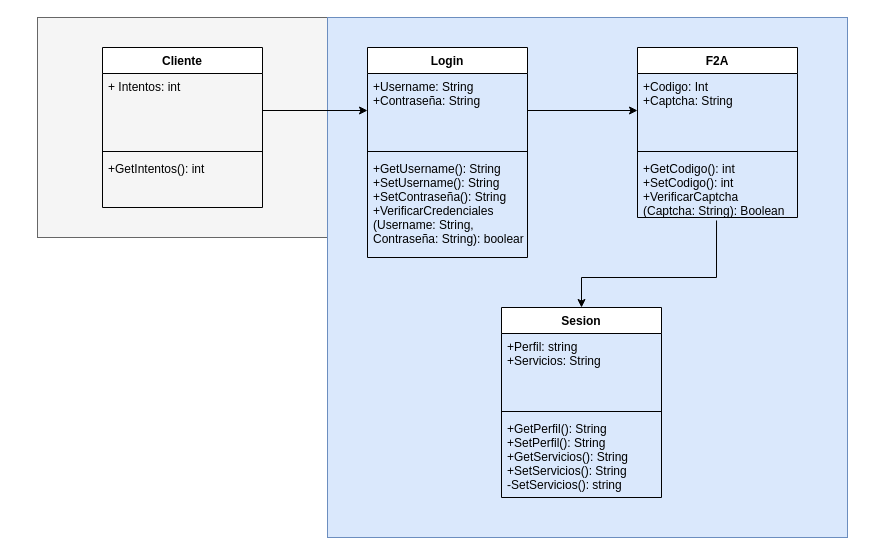
This is doc/DiagramaClaseF2A.drawio from agusbonii/IngenieriaTeorico1, a draw.io file, before an edit. Source tidied: cells renumbered, new cells numbered last; positions are measured from the earlier drawing's top-left corner, leaving out a move shared by most shapes. Both pictures are drawn from the tidied source at 100%, with x=0, y=0 at pixel (37, 17).
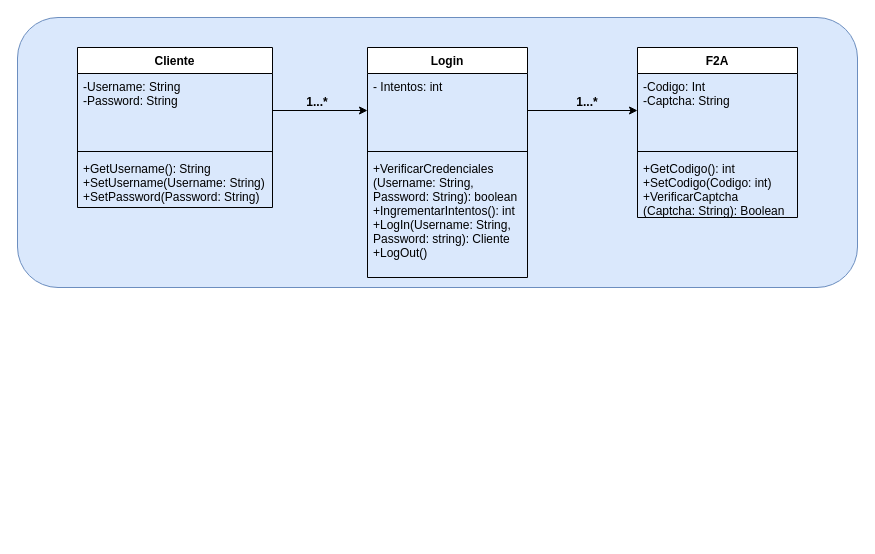
Above is the later version.

The change refers to these unchanged cells:
```xml
<mxCell id="12" value="F2A" style="swimlane;fontStyle=1;align=center;verticalAlign=top;horizontal=1;startSize=26;" parent="1" vertex="1">
  <mxGeometry x="600" y="30" width="160" height="170" as="geometry" />
</mxCell>
```

Change to the diagram source:
```diff
@@
-    <mxCell id="2" style="rounded=0;whiteSpace=wrap;html=1;fillColor=#f5f5f5;fontColor=#333333;strokeColor=#666666;" parent="1" vertex="1">
-      <mxGeometry width="290" height="220" as="geometry" />
-    </mxCell>
-    <mxCell id="3" style="whiteSpace=wrap;html=1;fillColor=#dae8fc;strokeColor=#6c8ebf;" parent="1" vertex="1">
-      <mxGeometry x="290" width="520" height="520" as="geometry" />
-    </mxCell>
+    <mxCell id="23" style="rounded=1;whiteSpace=wrap;html=1;fillColor=#dae8fc;strokeColor=#6c8ebf;" parent="1" vertex="1">
+      <mxGeometry x="-20" width="840" height="270" as="geometry" />
+    </mxCell>
     <mxCell id="4" value="Cliente" style="swimlane;fontStyle=1;align=center;verticalAlign=top;horizontal=1;startSize=26;" parent="1" vertex="1">
-      <mxGeometry x="65" y="30" width="160" height="160" as="geometry" />
+      <mxGeometry x="40" y="30" width="195" height="160" as="geometry" />
     </mxCell>
-    <mxCell id="5" value="+ Intentos: int&#10;" style="text;strokeColor=none;fillColor=none;align=left;verticalAlign=top;spacingLeft=4;spacingRight=4;overflow=hidden;points=[[0,0.5],[1,0.5]];portConstraint=eastwest;" parent="4" vertex="1">
-      <mxGeometry y="26" width="160" height="74" as="geometry" />
+    <mxCell id="5" value="-Username: String&#10;-Password: String" style="text;strokeColor=none;fillColor=none;align=left;verticalAlign=top;spacingLeft=4;spacingRight=4;overflow=hidden;points=[[0,0.5],[1,0.5]];portConstraint=eastwest;" parent="4" vertex="1">
+      <mxGeometry y="26" width="195" height="74" as="geometry" />
     </mxCell>
     <mxCell id="6" style="line;strokeWidth=1;fillColor=none;align=left;verticalAlign=middle;spacingTop=-1;spacingLeft=3;spacingRight=3;labelPosition=right;" parent="4" vertex="1">
-      <mxGeometry y="100" width="160" height="8" as="geometry" />
+      <mxGeometry y="100" width="195" height="8" as="geometry" />
     </mxCell>
-    <mxCell id="7" value="+GetIntentos(): int&#10;" style="text;strokeColor=none;fillColor=none;align=left;verticalAlign=top;spacingLeft=4;spacingRight=4;overflow=hidden;" parent="4" vertex="1">
-      <mxGeometry y="108" width="160" height="52" as="geometry" />
+    <mxCell id="7" value="+GetUsername(): String&#10;+SetUsername(Username: String)&#10;+SetPassword(Password: String) " style="text;strokeColor=none;fillColor=none;align=left;verticalAlign=top;spacingLeft=4;spacingRight=4;overflow=hidden;" parent="4" vertex="1">
+      <mxGeometry y="108" width="195" height="52" as="geometry" />
     </mxCell>
     <mxCell id="8" value="Login" style="swimlane;fontStyle=1;align=center;verticalAlign=top;horizontal=1;startSize=26;" parent="1" vertex="1">
-      <mxGeometry x="330" y="30" width="160" height="210" as="geometry" />
+      <mxGeometry x="330" y="30" width="160" height="230" as="geometry" />
     </mxCell>
-    <mxCell id="9" value="+Username: String&#10;+Contraseña: String&#10;" style="text;strokeColor=none;fillColor=none;align=left;verticalAlign=top;spacingLeft=4;spacingRight=4;overflow=hidden;points=[[0,0.5],[1,0.5]];portConstraint=eastwest;" parent="8" vertex="1">
+    <mxCell id="9" value="- Intentos: int" style="text;strokeColor=none;fillColor=none;align=left;verticalAlign=top;spacingLeft=4;spacingRight=4;overflow=hidden;points=[[0,0.5],[1,0.5]];portConstraint=eastwest;" parent="8" vertex="1">
       <mxGeometry y="26" width="160" height="74" as="geometry" />
     </mxCell>
@@
-    <mxCell id="11" value="+GetUsername(): String&#10;+SetUsername(): String&#10;+SetContraseña(): String&#10;+VerificarCredenciales&#10;(Username: String, &#10;Contraseña: String): boolean&#10;" style="text;strokeColor=none;fillColor=none;align=left;verticalAlign=top;spacingLeft=4;spacingRight=4;overflow=hidden;" parent="8" vertex="1">
-      <mxGeometry y="108" width="160" height="102" as="geometry" />
+    <mxCell id="11" value="+VerificarCredenciales&#10;(Username: String, &#10;Password: String): boolean&#10;+IngrementarIntentos(): int&#10;+LogIn(Username: String,&#10;Password: string): Cliente&#10;+LogOut()" style="text;strokeColor=none;fillColor=none;align=left;verticalAlign=top;spacingLeft=4;spacingRight=4;overflow=hidden;" parent="8" vertex="1">
+      <mxGeometry y="108" width="160" height="122" as="geometry" />
     </mxCell>
@@
-    <mxCell id="13" value="+Codigo: Int&#10;+Captcha: String" style="text;strokeColor=none;fillColor=none;align=left;verticalAlign=top;spacingLeft=4;spacingRight=4;overflow=hidden;points=[[0,0.5],[1,0.5]];portConstraint=eastwest;" parent="12" vertex="1">
+    <mxCell id="13" value="-Codigo: Int&#10;-Captcha: String" style="text;strokeColor=none;fillColor=none;align=left;verticalAlign=top;spacingLeft=4;spacingRight=4;overflow=hidden;points=[[0,0.5],[1,0.5]];portConstraint=eastwest;" parent="12" vertex="1">
       <mxGeometry y="26" width="160" height="74" as="geometry" />
     </mxCell>
@@
-    <mxCell id="15" value="+GetCodigo(): int&#10;+SetCodigo(): int&#10;+VerificarCaptcha&#10;(Captcha: String): Boolean" style="text;strokeColor=none;fillColor=none;align=left;verticalAlign=top;spacingLeft=4;spacingRight=4;overflow=hidden;points=[[0,0.5],[1,0.5]];portConstraint=eastwest;" parent="12" vertex="1">
+    <mxCell id="15" value="+GetCodigo(): int&#10;+SetCodigo(Codigo: int)&#10;+VerificarCaptcha&#10;(Captcha: String): Boolean" style="text;strokeColor=none;fillColor=none;align=left;verticalAlign=top;spacingLeft=4;spacingRight=4;overflow=hidden;points=[[0,0.5],[1,0.5]];portConstraint=eastwest;" parent="12" vertex="1">
       <mxGeometry y="108" width="160" height="62" as="geometry" />
     </mxCell>
-    <mxCell id="16" value="Sesion" style="swimlane;fontStyle=1;align=center;verticalAlign=top;horizontal=1;startSize=26;" parent="1" vertex="1">
-      <mxGeometry x="464" y="290" width="160" height="190" as="geometry" />
-    </mxCell>
-    <mxCell id="17" value="+Perfil: string&#10;+Servicios: String" style="text;strokeColor=none;fillColor=none;align=left;verticalAlign=top;spacingLeft=4;spacingRight=4;overflow=hidden;" parent="16" vertex="1">
-      <mxGeometry y="26" width="160" height="74" as="geometry" />
-    </mxCell>
-    <mxCell id="18" style="line;strokeWidth=1;fillColor=none;align=left;verticalAlign=middle;spacingTop=-1;spacingLeft=3;spacingRight=3;labelPosition=right;" parent="16" vertex="1">
-      <mxGeometry y="100" width="160" height="8" as="geometry" />
-    </mxCell>
-    <mxCell id="19" value="+GetPerfil(): String&#10;+SetPerfil(): String&#10;+GetServicios(): String&#10;+SetServicios(): String&#10;-SetServicios(): string" style="text;strokeColor=none;fillColor=none;align=left;verticalAlign=top;spacingLeft=4;spacingRight=4;overflow=hidden;" parent="16" vertex="1">
-      <mxGeometry y="108" width="160" height="82" as="geometry" />
-    </mxCell>
@@
-    <mxCell id="22" style="endArrow=classic;html=1;rounded=0;entryX=0.5;entryY=0;entryDx=0;entryDy=0;exitX=0.494;exitY=1.048;exitDx=0;exitDy=0;exitPerimeter=0;" parent="1" edge="1" source="15" target="16">
-      <mxGeometry relative="1" as="geometry">
-        <Array as="points">
-          <mxPoint x="679" y="260" />
-          <mxPoint x="544" y="260" />
-        </Array>
-      </mxGeometry>
-    </mxCell>
+    <mxCell id="24" value="&lt;b&gt;1...*&lt;/b&gt;" style="text;html=1;strokeColor=none;fillColor=none;align=center;verticalAlign=middle;whiteSpace=wrap;rounded=0;" parent="1" vertex="1">
+      <mxGeometry x="250" y="70" width="60" height="30" as="geometry" />
+    </mxCell>
+    <mxCell id="25" value="&lt;b&gt;1...*&lt;/b&gt;" style="text;html=1;strokeColor=none;fillColor=none;align=center;verticalAlign=middle;whiteSpace=wrap;rounded=0;" parent="1" vertex="1">
+      <mxGeometry x="520" y="70" width="60" height="30" as="geometry" />
+    </mxCell>
```
